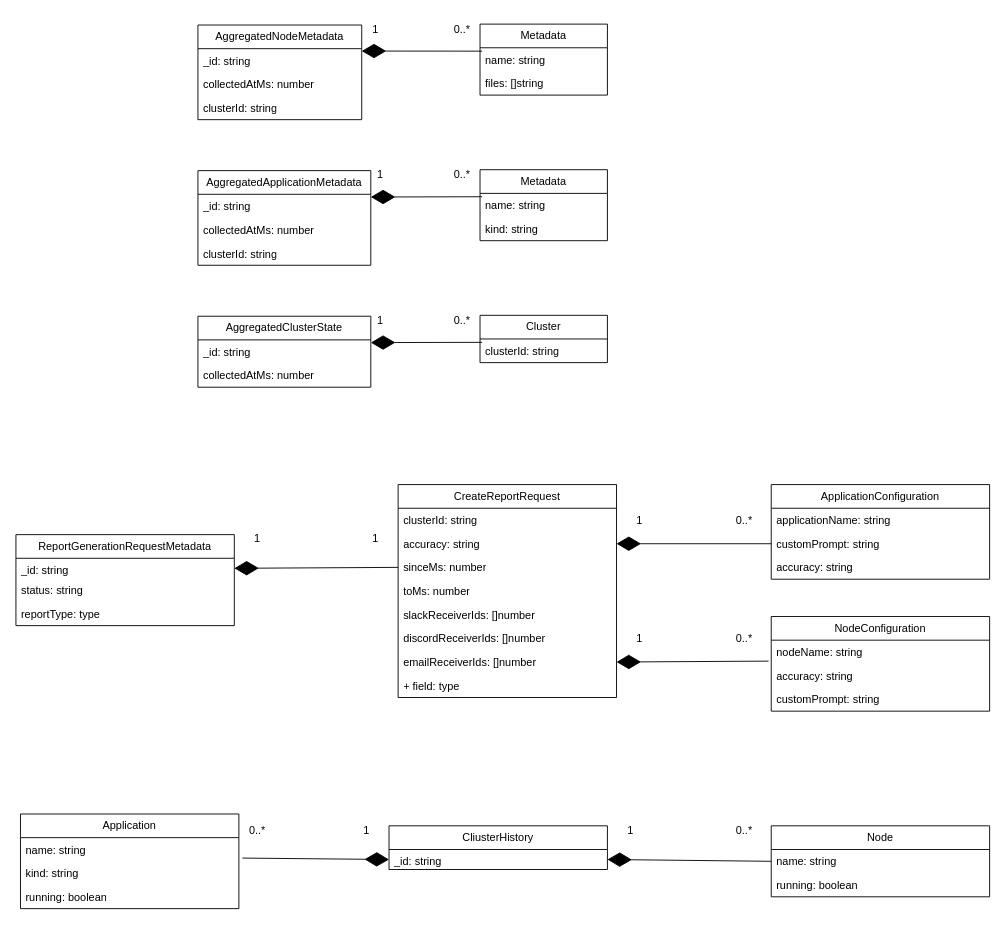
Before: docs/diagrams/management-service/database/mongodb/management-service-database-mongodb-metadata-configuration.drawio in Magpie-Monitor/magpie-monitor, a draw.io diagram. Source tidied: cells renumbered, new cells numbered last; positions are measured from the earlier drawing's top-left corner, leaving out a move shared by most shapes. Both pictures are drawn from the tidied source at 91%, with x=0, y=0 at pixel (15, 15).
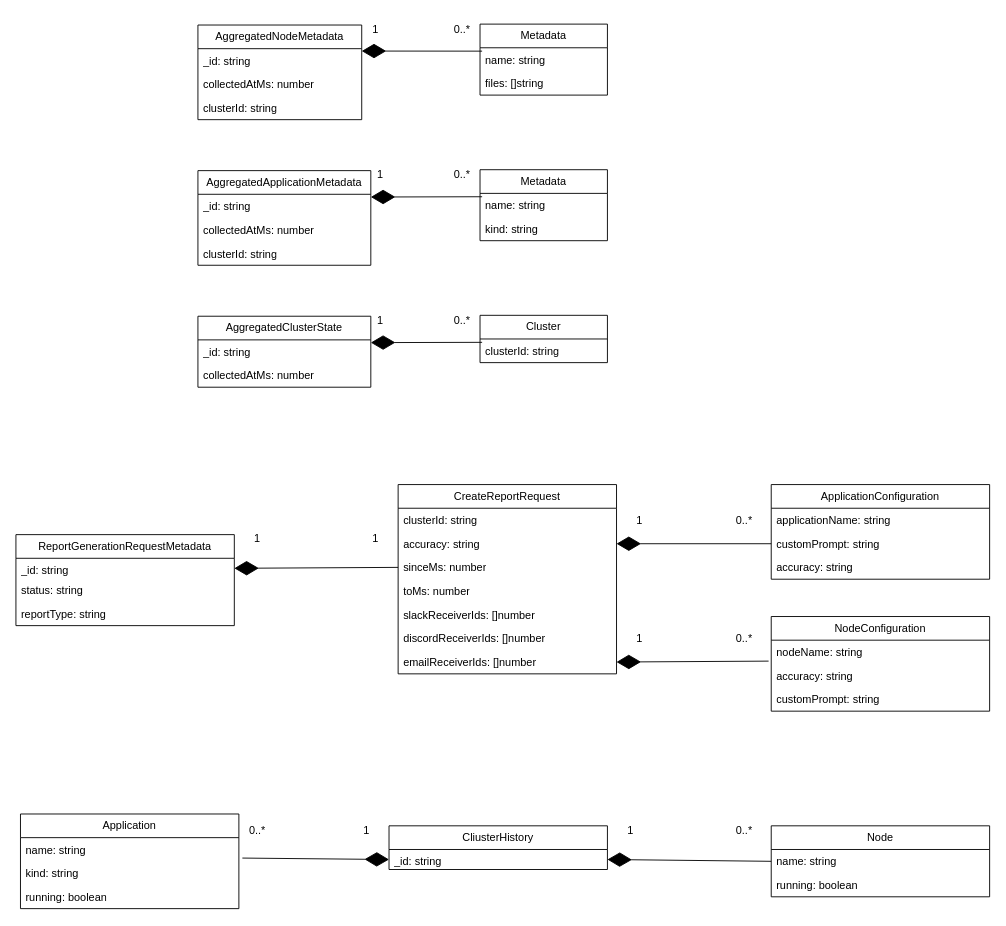
The same diagram, later.

Commit message (it also covers changes not shown here):
docs: Fix broken sequence diagram, add authentication module for management service.

Unchanged cells that the change refers to:
```xml
<mxCell id="30" value="&lt;div&gt;ReportGenerationRequestMetadata&lt;/div&gt;" style="swimlane;fontStyle=0;horizontal=1;startSize=26;fillColor=none;whiteSpace=wrap;html=1;" parent="1" vertex="1">
  <mxGeometry y="570" width="240" height="100" as="geometry" />
</mxCell>
```

Diff of the diagram source:
```diff
@@
-    <mxCell id="33" value="reportType: type" style="text;strokeColor=none;fillColor=none;align=left;verticalAlign=top;spacingLeft=4;spacingRight=4;overflow=hidden;whiteSpace=wrap;html=1;" parent="30" vertex="1">
+    <mxCell id="33" value="reportType: string" style="text;strokeColor=none;fillColor=none;align=left;verticalAlign=top;spacingLeft=4;spacingRight=4;overflow=hidden;whiteSpace=wrap;html=1;" parent="30" vertex="1">
       <mxGeometry y="74" width="240" height="26" as="geometry" />
     </mxCell>
     <mxCell id="34" value="&lt;div&gt;CreateReportRequest&lt;/div&gt;" style="swimlane;fontStyle=0;horizontal=1;startSize=26;fillColor=none;whiteSpace=wrap;html=1;" parent="1" vertex="1">
-      <mxGeometry x="420" y="515" width="240" height="234" as="geometry" />
+      <mxGeometry x="420" y="515" width="240" height="208" as="geometry" />
     </mxCell>
@@
-    <mxCell id="42" value="+ field: type" style="text;strokeColor=none;fillColor=none;align=left;verticalAlign=top;spacingLeft=4;spacingRight=4;overflow=hidden;whiteSpace=wrap;html=1;" parent="34" vertex="1">
-      <mxGeometry y="208" width="240" height="26" as="geometry" />
-    </mxCell>
@@
+    <mxCell id="75" value="&amp;nbsp;" style="text;whiteSpace=wrap;html=1;" parent="1" vertex="1">
+      <mxGeometry x="330" y="750" width="40" height="40" as="geometry" />
+    </mxCell>
```
